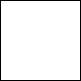
Above: product_dev.png in emirkaansari/loan-calculator (draw.io), before the change. Source tidied: cells renumbered, new cells last; positions are measured from the earlier drawing's top-left corner, leaving out a move shared by most shapes. The source it was exported from:
```xml
<mxGraphModel>
  <root>
    <mxCell id="0" />
    <mxCell id="1" parent="0" />
    <mxCell id="2" style="whiteSpace=wrap;html=1;" parent="1" vertex="1">
      <mxGeometry width="80" height="80" as="geometry" />
    </mxCell>
  </root>
</mxGraphModel>
```
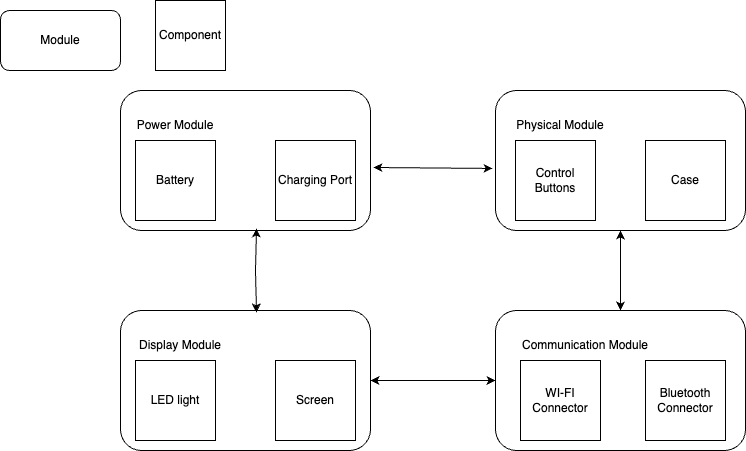
The same diagram one commit later.

The edit, as a diff of the source:
```diff
@@ -2,8 +2,77 @@
   <root>
     <mxCell id="0" />
     <mxCell id="1" parent="0" />
+    <mxCell id="3" style="rounded=1;whiteSpace=wrap;html=1;" parent="1" vertex="1">
+      <mxGeometry x="-15" y="170" width="250" height="140" as="geometry" />
+    </mxCell>
+    <mxCell id="4" style="rounded=1;whiteSpace=wrap;html=1;" parent="1" vertex="1">
+      <mxGeometry x="360" y="170" width="250" height="140" as="geometry" />
+    </mxCell>
+    <mxCell id="5" style="rounded=1;whiteSpace=wrap;html=1;" parent="1" vertex="1">
+      <mxGeometry x="360" y="-50" width="250" height="140" as="geometry" />
+    </mxCell>
+    <mxCell id="6" value="Screen" style="whiteSpace=wrap;html=1;" parent="1" vertex="1">
+      <mxGeometry x="140" y="220" width="80" height="80" as="geometry" />
+    </mxCell>
+    <mxCell id="7" value="WI-FI Connector" style="whiteSpace=wrap;html=1;" parent="1" vertex="1">
+      <mxGeometry x="385" y="220" width="80" height="80" as="geometry" />
+    </mxCell>
+    <mxCell id="8" value="Bluetooth Connector" style="whiteSpace=wrap;html=1;" parent="1" vertex="1">
+      <mxGeometry x="510" y="220" width="80" height="80" as="geometry" />
+    </mxCell>
+    <mxCell id="9" style="rounded=1;whiteSpace=wrap;html=1;" parent="1" vertex="1">
+      <mxGeometry x="-15" y="-50" width="250" height="140" as="geometry" />
+    </mxCell>
-    <mxCell id="2" style="whiteSpace=wrap;html=1;" parent="1" vertex="1">
+    <mxCell id="2" value="Battery" style="whiteSpace=wrap;html=1;" parent="1" vertex="1">
       <mxGeometry width="80" height="80" as="geometry" />
     </mxCell>
+    <mxCell id="10" value="Charging Port" style="whiteSpace=wrap;html=1;" parent="1" vertex="1">
+      <mxGeometry x="140" width="80" height="80" as="geometry" />
+    </mxCell>
+    <mxCell id="11" value="Case" style="whiteSpace=wrap;html=1;" parent="1" vertex="1">
+      <mxGeometry x="510" width="80" height="80" as="geometry" />
+    </mxCell>
+    <mxCell id="12" value="Control Buttons" style="whiteSpace=wrap;html=1;" parent="1" vertex="1">
+      <mxGeometry x="380" width="80" height="80" as="geometry" />
+    </mxCell>
+    <mxCell id="13" value="LED light" style="whiteSpace=wrap;html=1;" parent="1" vertex="1">
+      <mxGeometry y="220" width="80" height="80" as="geometry" />
+    </mxCell>
+    <mxCell id="14" value="Power Module" style="text;html=1;strokeColor=none;fillColor=none;align=center;verticalAlign=middle;whiteSpace=wrap;rounded=0;" parent="1" vertex="1">
+      <mxGeometry y="-30" width="80" height="30" as="geometry" />
+    </mxCell>
+    <mxCell id="15" value="Physical Module" style="text;html=1;strokeColor=none;fillColor=none;align=center;verticalAlign=middle;whiteSpace=wrap;rounded=0;" parent="1" vertex="1">
+      <mxGeometry x="380" y="-30" width="90" height="30" as="geometry" />
+    </mxCell>
+    <mxCell id="16" value="Display Module" style="text;html=1;strokeColor=none;fillColor=none;align=center;verticalAlign=middle;whiteSpace=wrap;rounded=0;" parent="1" vertex="1">
+      <mxGeometry y="190" width="90" height="30" as="geometry" />
+    </mxCell>
+    <mxCell id="17" value="Communication Module" style="text;html=1;strokeColor=none;fillColor=none;align=center;verticalAlign=middle;whiteSpace=wrap;rounded=0;" parent="1" vertex="1">
+      <mxGeometry x="385" y="190" width="130" height="30" as="geometry" />
+    </mxCell>
+    <mxCell id="18" style="endArrow=classic;startArrow=classic;html=1;rounded=0;exitX=0.544;exitY=0.014;exitDx=0;exitDy=0;exitPerimeter=0;entryX=0.544;entryY=0.986;entryDx=0;entryDy=0;entryPerimeter=0;" parent="1" edge="1" source="3" target="9">
+      <mxGeometry relative="1" as="geometry">
+        <Array as="points">
+          <mxPoint x="120" y="130" />
+        </Array>
+      </mxGeometry>
+    </mxCell>
+    <mxCell id="19" style="endArrow=classic;startArrow=classic;html=1;rounded=0;entryX=0;entryY=0.5;entryDx=0;entryDy=0;exitX=1;exitY=0.5;exitDx=0;exitDy=0;" parent="1" edge="1" source="3" target="4">
+      <mxGeometry relative="1" as="geometry" />
+    </mxCell>
+    <mxCell id="20" style="endArrow=classic;startArrow=classic;html=1;rounded=0;entryX=0.5;entryY=1;entryDx=0;entryDy=0;exitX=0.5;exitY=0;exitDx=0;exitDy=0;" parent="1" edge="1" source="4" target="5">
+      <mxGeometry relative="1" as="geometry" />
+    </mxCell>
+    <mxCell id="21" style="endArrow=classic;startArrow=classic;html=1;rounded=0;exitX=1.012;exitY=0.55;exitDx=0;exitDy=0;exitPerimeter=0;" parent="1" edge="1" source="9">
+      <mxGeometry relative="1" as="geometry">
+        <mxPoint x="357" y="28" as="targetPoint" />
+      </mxGeometry>
+    </mxCell>
+    <mxCell id="22" value="Module" style="rounded=1;whiteSpace=wrap;html=1;" parent="1" vertex="1">
+      <mxGeometry x="-135" y="-130" width="120" height="60" as="geometry" />
+    </mxCell>
+    <mxCell id="23" value="Component" style="whiteSpace=wrap;html=1;" parent="1" vertex="1">
+      <mxGeometry x="20" y="-140" width="70" height="70" as="geometry" />
+    </mxCell>
   </root>
 </mxGraphModel>
```
